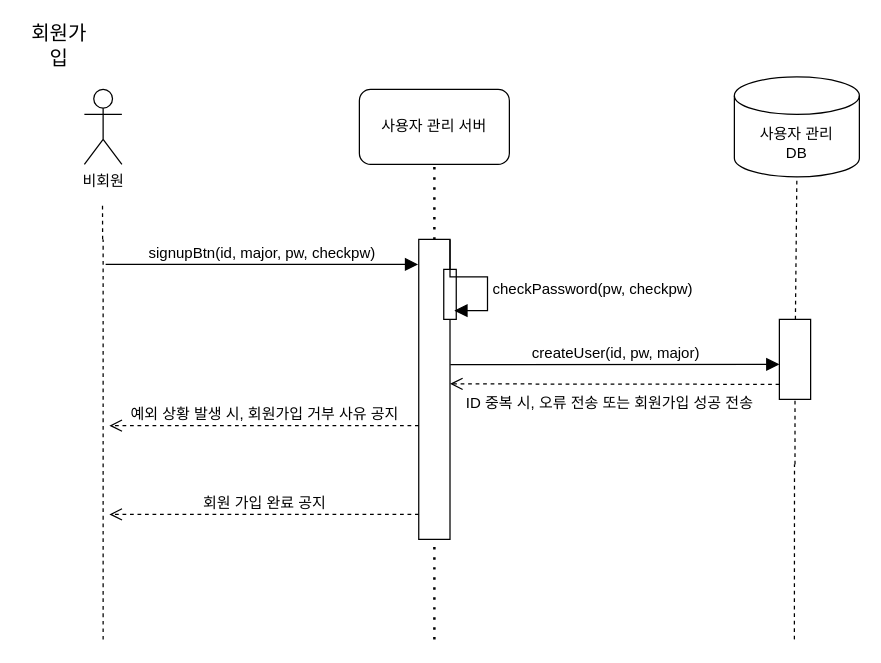
Earlier version of the draw.io diagram page "회원가입" (1 of 7) of squenceDiagram.drawio (cherror/placeK). Source tidied: cells renumbered, new cells numbered last; positions are measured from the earlier drawing's top-left corner, leaving out a move shared by most shapes. Both pictures are drawn from the tidied source at 125%, with x=0, y=0 at pixel (21, 26).
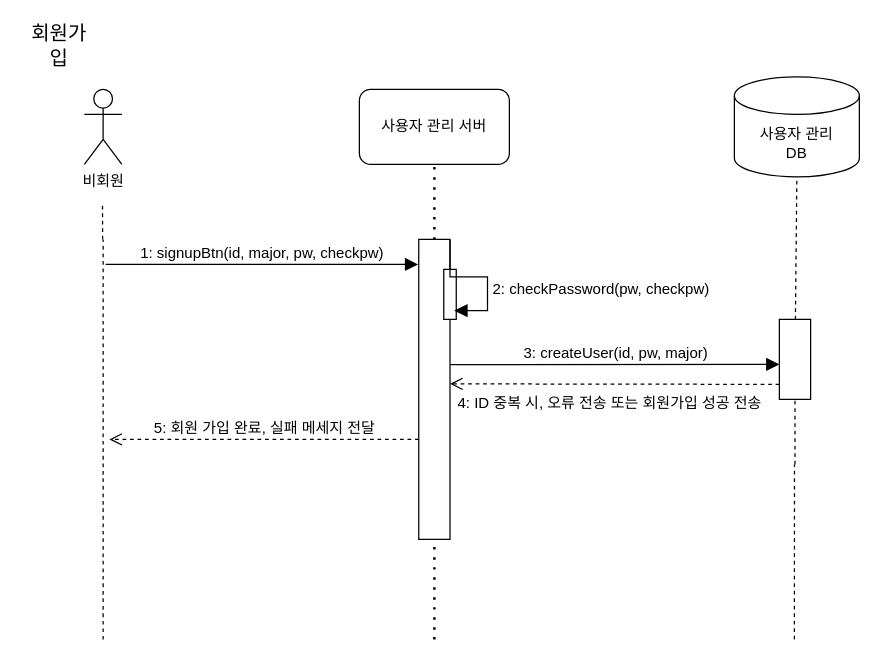
The same page after the edit.

The edit, as a diff of the source:
```diff
@@
-    <mxCell id="10" value="signupBtn(id, major, pw, checkpw)" style="html=1;verticalAlign=bottom;endArrow=block;curved=0;rounded=0;fontSize=12;startSize=8;endSize=8;" parent="1" edge="1">
+    <mxCell id="10" value="1: signupBtn(id, major, pw, checkpw)" style="html=1;verticalAlign=bottom;endArrow=block;curved=0;rounded=0;fontSize=12;startSize=8;endSize=8;" parent="1" edge="1">
       <mxGeometry relative="1" as="geometry">
         <mxPoint x="67" y="190" as="sourcePoint" />
         <mxPoint x="317" y="190" as="targetPoint" />
       </mxGeometry>
     </mxCell>
-    <mxCell id="11" value="createUser(id, pw, major)" style="html=1;verticalAlign=bottom;endArrow=block;curved=0;rounded=0;fontSize=12;startSize=8;endSize=8;entryX=0;entryY=0.25;entryDx=0;entryDy=0;exitX=1.013;exitY=0.134;exitDx=0;exitDy=0;exitPerimeter=0;" parent="1" edge="1">
+    <mxCell id="11" value="3: createUser(id, pw, major)" style="html=1;verticalAlign=bottom;endArrow=block;curved=0;rounded=0;fontSize=12;startSize=8;endSize=8;entryX=0;entryY=0.25;entryDx=0;entryDy=0;exitX=1.013;exitY=0.134;exitDx=0;exitDy=0;exitPerimeter=0;" parent="1" edge="1">
       <mxGeometry relative="1" as="geometry">
         <mxPoint x="342.8" y="270.2" as="sourcePoint" />
         <mxPoint x="606" y="270" as="targetPoint" />
       </mxGeometry>
     </mxCell>
@@
-    <mxCell id="16" value="checkPassword(pw, checkpw)" style="html=1;align=left;spacingLeft=2;endArrow=block;rounded=0;edgeStyle=orthogonalEdgeStyle;curved=0;rounded=0;fontSize=12;startSize=8;endSize=8;" parent="1" edge="1">
+    <mxCell id="16" value="2: checkPassword(pw, checkpw)" style="html=1;align=left;spacingLeft=2;endArrow=block;rounded=0;edgeStyle=orthogonalEdgeStyle;curved=0;rounded=0;fontSize=12;startSize=8;endSize=8;" parent="1" edge="1">
       <mxGeometry x="0.23" relative="1" as="geometry">
         <mxPoint x="342.5" y="170" as="sourcePoint" />
         <mxPoint x="346" y="227" as="targetPoint" />
         <Array as="points">
           <mxPoint x="372.5" y="200" />
         </Array>
       </mxGeometry>
     </mxCell>
@@
-    <mxCell id="18" value="예외 상황 발생 시, 회원가입 거부 사유 공지" style="html=1;verticalAlign=bottom;endArrow=open;dashed=1;endSize=8;curved=0;rounded=0;fontSize=12;" parent="1" edge="1">
-      <mxGeometry relative="1" as="geometry">
-        <mxPoint x="317.5" y="319" as="sourcePoint" />
-        <mxPoint x="70" y="319" as="targetPoint" />
-      </mxGeometry>
-    </mxCell>
-    <mxCell id="19" value="회원 가입 완료 공지" style="html=1;verticalAlign=bottom;endArrow=open;dashed=1;endSize=8;curved=0;rounded=0;fontSize=12;" parent="1" edge="1">
+    <mxCell id="19" value="5: 회원 가입 완료, 실패 메세지 전달" style="html=1;verticalAlign=bottom;endArrow=open;dashed=1;endSize=8;curved=0;rounded=0;fontSize=12;" parent="1" edge="1">
       <mxGeometry relative="1" as="geometry">
-        <mxPoint x="317.5" y="390" as="sourcePoint" />
-        <mxPoint x="70" y="390" as="targetPoint" />
+        <mxPoint x="317.5" y="330" as="sourcePoint" />
+        <mxPoint x="70" y="330" as="targetPoint" />
       </mxGeometry>
     </mxCell>
-    <mxCell id="20" value="ID 중복 시, 오류 전송 또는 회원가입 성공 전송" style="html=1;verticalAlign=bottom;endArrow=open;dashed=1;endSize=8;curved=0;rounded=0;fontSize=12;exitX=0;exitY=0.5;exitDx=0;exitDy=0;" parent="1" edge="1">
+    <mxCell id="20" value="4: ID 중복 시, 오류 전송 또는 회원가입 성공 전송" style="html=1;verticalAlign=bottom;endArrow=open;dashed=1;endSize=8;curved=0;rounded=0;fontSize=12;exitX=0;exitY=0.5;exitDx=0;exitDy=0;" parent="1" edge="1">
       <mxGeometry x="0.03" y="24" relative="1" as="geometry">
         <mxPoint x="606" y="286" as="sourcePoint" />
         <mxPoint x="342.5" y="285.6" as="targetPoint" />
       </mxGeometry>
     </mxCell>
```
